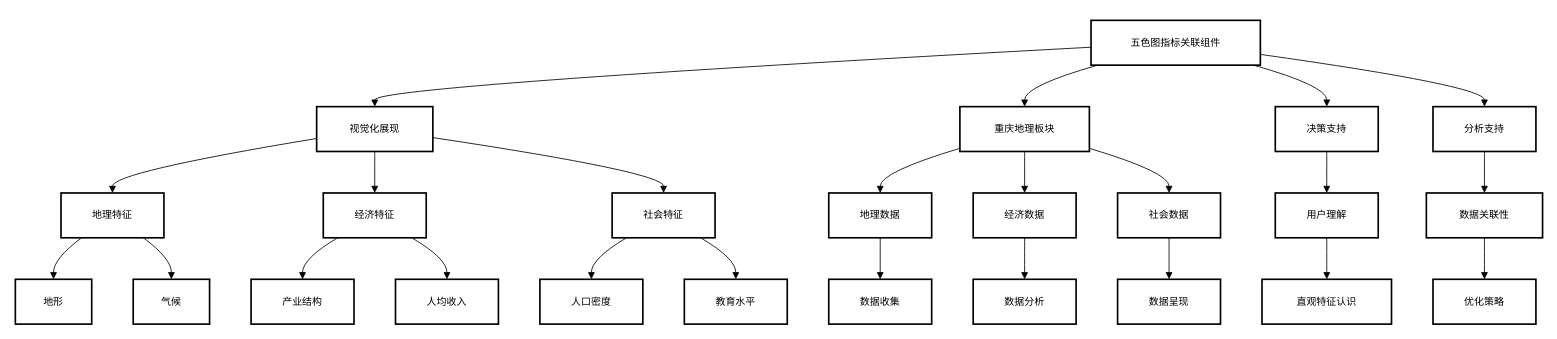
Above: 20250415/五色图.drawio in wangslsl/drawio (draw.io), before the change. Source tidied: cells renumbered, new cells numbered last; positions are measured from the earlier drawing's top-left corner, leaving out a move shared by most shapes. Both pictures are drawn from the tidied source at 83%, with x=0, y=0 at pixel (15, 20).
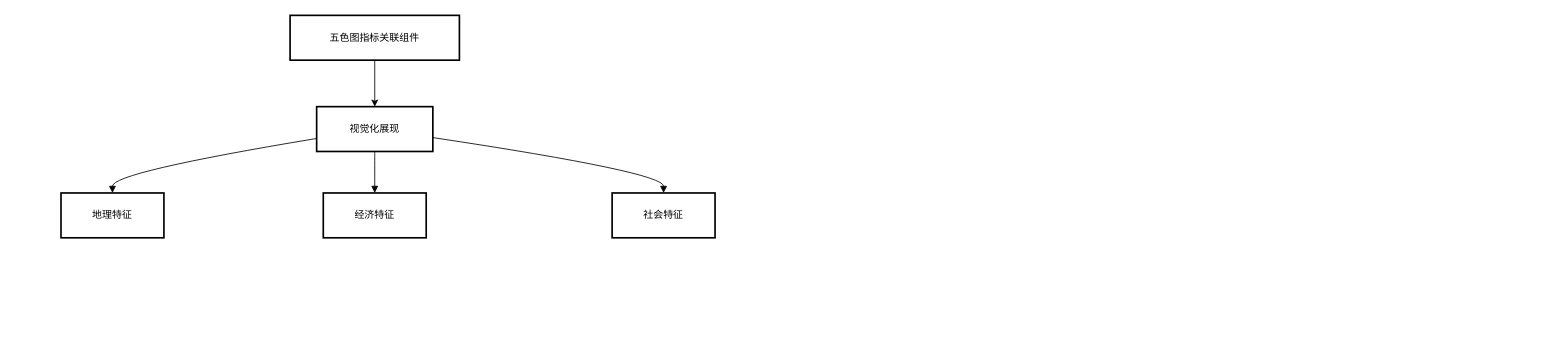
After the change.

Commit message:
更新五色图.drawio

Unchanged cells that the change refers to:
```xml
<mxCell id="3" value="视觉化展现" style="whiteSpace=wrap;strokeWidth=2;" parent="1" vertex="1">
  <mxGeometry x="363" y="104" width="140" height="54" as="geometry" />
</mxCell>
<mxCell id="5" value="地理特征" style="whiteSpace=wrap;strokeWidth=2;" parent="1" vertex="1">
  <mxGeometry x="55" y="208" width="124" height="54" as="geometry" />
</mxCell>
<mxCell id="6" value="经济特征" style="whiteSpace=wrap;strokeWidth=2;" parent="1" vertex="1">
  <mxGeometry x="371" y="208" width="124" height="54" as="geometry" />
</mxCell>
<mxCell id="7" value="社会特征" style="whiteSpace=wrap;strokeWidth=2;" parent="1" vertex="1">
  <mxGeometry x="719" y="208" width="124" height="54" as="geometry" />
</mxCell>
```

What changed in the source:
```diff
@@
+    <mxCell id="26" style="edgeStyle=orthogonalEdgeStyle;rounded=0;jettySize=auto;html=1;" parent="1" edge="1" source="2" target="3">
+      <mxGeometry relative="1" as="geometry" />
+    </mxCell>
     <mxCell id="2" value="五色图指标关联组件" style="whiteSpace=wrap;strokeWidth=2;" parent="1" vertex="1">
-      <mxGeometry x="1296" width="204" height="54" as="geometry" />
+      <mxGeometry x="331" y="-6" width="204" height="54" as="geometry" />
     </mxCell>
@@
-    <mxCell id="4" value="重庆地理板块" style="whiteSpace=wrap;strokeWidth=2;" parent="1" vertex="1">
-      <mxGeometry x="1138" y="104" width="156" height="54" as="geometry" />
-    </mxCell>
@@
-    <mxCell id="8" value="地理数据" style="whiteSpace=wrap;strokeWidth=2;" parent="1" vertex="1">
-      <mxGeometry x="980" y="208" width="124" height="54" as="geometry" />
-    </mxCell>
-    <mxCell id="9" value="经济数据" style="whiteSpace=wrap;strokeWidth=2;" parent="1" vertex="1">
-      <mxGeometry x="1154" y="208" width="124" height="54" as="geometry" />
-    </mxCell>
-    <mxCell id="10" value="社会数据" style="whiteSpace=wrap;strokeWidth=2;" parent="1" vertex="1">
-      <mxGeometry x="1328" y="208" width="124" height="54" as="geometry" />
-    </mxCell>
-    <mxCell id="11" value="地形" style="whiteSpace=wrap;strokeWidth=2;" parent="1" vertex="1">
-      <mxGeometry y="312" width="92" height="54" as="geometry" />
-    </mxCell>
-    <mxCell id="12" value="气候" style="whiteSpace=wrap;strokeWidth=2;" parent="1" vertex="1">
-      <mxGeometry x="142" y="312" width="92" height="54" as="geometry" />
-    </mxCell>
-    <mxCell id="13" value="产业结构" style="whiteSpace=wrap;strokeWidth=2;" parent="1" vertex="1">
-      <mxGeometry x="284" y="312" width="124" height="54" as="geometry" />
-    </mxCell>
-    <mxCell id="14" value="人均收入" style="whiteSpace=wrap;strokeWidth=2;" parent="1" vertex="1">
-      <mxGeometry x="458" y="312" width="124" height="54" as="geometry" />
-    </mxCell>
-    <mxCell id="15" value="人口密度" style="whiteSpace=wrap;strokeWidth=2;" parent="1" vertex="1">
-      <mxGeometry x="632" y="312" width="124" height="54" as="geometry" />
-    </mxCell>
-    <mxCell id="16" value="教育水平" style="whiteSpace=wrap;strokeWidth=2;" parent="1" vertex="1">
-      <mxGeometry x="806" y="312" width="124" height="54" as="geometry" />
-    </mxCell>
-    <mxCell id="17" value="数据收集" style="whiteSpace=wrap;strokeWidth=2;" parent="1" vertex="1">
-      <mxGeometry x="980" y="312" width="124" height="54" as="geometry" />
-    </mxCell>
-    <mxCell id="18" value="数据分析" style="whiteSpace=wrap;strokeWidth=2;" parent="1" vertex="1">
-      <mxGeometry x="1154" y="312" width="124" height="54" as="geometry" />
-    </mxCell>
-    <mxCell id="19" value="数据呈现" style="whiteSpace=wrap;strokeWidth=2;" parent="1" vertex="1">
-      <mxGeometry x="1328" y="312" width="124" height="54" as="geometry" />
-    </mxCell>
-    <mxCell id="20" value="决策支持" style="whiteSpace=wrap;strokeWidth=2;" parent="1" vertex="1">
-      <mxGeometry x="1518" y="104" width="124" height="54" as="geometry" />
-    </mxCell>
-    <mxCell id="21" value="分析支持" style="whiteSpace=wrap;strokeWidth=2;" parent="1" vertex="1">
-      <mxGeometry x="1708" y="104" width="124" height="54" as="geometry" />
-    </mxCell>
-    <mxCell id="22" value="用户理解" style="whiteSpace=wrap;strokeWidth=2;" parent="1" vertex="1">
-      <mxGeometry x="1518" y="208" width="124" height="54" as="geometry" />
-    </mxCell>
-    <mxCell id="23" value="数据关联性" style="whiteSpace=wrap;strokeWidth=2;" parent="1" vertex="1">
-      <mxGeometry x="1700" y="208" width="140" height="54" as="geometry" />
-    </mxCell>
-    <mxCell id="24" value="直观特征认识" style="whiteSpace=wrap;strokeWidth=2;" parent="1" vertex="1">
-      <mxGeometry x="1502" y="312" width="156" height="54" as="geometry" />
-    </mxCell>
-    <mxCell id="25" value="优化策略" style="whiteSpace=wrap;strokeWidth=2;" parent="1" vertex="1">
-      <mxGeometry x="1708" y="312" width="124" height="54" as="geometry" />
-    </mxCell>
-    <mxCell id="26" style="curved=1;startArrow=none;endArrow=block;exitX=0;exitY=0.6;entryX=0.5;entryY=0;" parent="1" edge="1" source="2" target="3">
-      <mxGeometry relative="1" as="geometry">
-        <Array as="points">
-          <mxPoint x="433" y="79" />
-        </Array>
-      </mxGeometry>
-    </mxCell>
-    <mxCell id="27" style="curved=1;startArrow=none;endArrow=block;exitX=0.04;exitY=1;entryX=0.5;entryY=0;" parent="1" edge="1" source="2" target="4">
-      <mxGeometry relative="1" as="geometry">
-        <Array as="points">
-          <mxPoint x="1216" y="79" />
-        </Array>
-      </mxGeometry>
-    </mxCell>
@@
-    <mxCell id="31" style="curved=1;startArrow=none;endArrow=block;exitX=0;exitY=0.93;entryX=0.5;entryY=0;" parent="1" edge="1" source="4" target="8">
-      <mxGeometry relative="1" as="geometry">
-        <Array as="points">
-          <mxPoint x="1042" y="183" />
-        </Array>
-      </mxGeometry>
-    </mxCell>
-    <mxCell id="32" style="curved=1;startArrow=none;endArrow=block;exitX=0.5;exitY=1;entryX=0.5;entryY=0;" parent="1" edge="1" source="4" target="9">
-      <mxGeometry relative="1" as="geometry" />
-    </mxCell>
-    <mxCell id="33" style="curved=1;startArrow=none;endArrow=block;exitX=1;exitY=0.93;entryX=0.5;entryY=0;" parent="1" edge="1" source="4" target="10">
-      <mxGeometry relative="1" as="geometry">
-        <Array as="points">
-          <mxPoint x="1390" y="183" />
-        </Array>
-      </mxGeometry>
-    </mxCell>
-    <mxCell id="34" style="curved=1;startArrow=none;endArrow=block;exitX=0.2;exitY=1;entryX=0.5;entryY=0;" parent="1" edge="1" source="5" target="11">
-      <mxGeometry relative="1" as="geometry">
-        <Array as="points">
-          <mxPoint x="46" y="287" />
-        </Array>
-      </mxGeometry>
-    </mxCell>
-    <mxCell id="35" style="curved=1;startArrow=none;endArrow=block;exitX=0.8;exitY=1;entryX=0.5;entryY=0;" parent="1" edge="1" source="5" target="12">
-      <mxGeometry relative="1" as="geometry">
-        <Array as="points">
-          <mxPoint x="188" y="287" />
-        </Array>
-      </mxGeometry>
-    </mxCell>
-    <mxCell id="36" style="curved=1;startArrow=none;endArrow=block;exitX=0.14;exitY=1;entryX=0.5;entryY=0;" parent="1" edge="1" source="6" target="13">
-      <mxGeometry relative="1" as="geometry">
-        <Array as="points">
-          <mxPoint x="346" y="287" />
-        </Array>
-      </mxGeometry>
-    </mxCell>
-    <mxCell id="37" style="curved=1;startArrow=none;endArrow=block;exitX=0.86;exitY=1;entryX=0.5;entryY=0;" parent="1" edge="1" source="6" target="14">
-      <mxGeometry relative="1" as="geometry">
-        <Array as="points">
-          <mxPoint x="520" y="287" />
-        </Array>
-      </mxGeometry>
-    </mxCell>
-    <mxCell id="38" style="curved=1;startArrow=none;endArrow=block;exitX=0.14;exitY=1;entryX=0.5;entryY=0;" parent="1" edge="1" source="7" target="15">
-      <mxGeometry relative="1" as="geometry">
-        <Array as="points">
-          <mxPoint x="694" y="287" />
-        </Array>
-      </mxGeometry>
-    </mxCell>
-    <mxCell id="39" style="curved=1;startArrow=none;endArrow=block;exitX=0.86;exitY=1;entryX=0.5;entryY=0;" parent="1" edge="1" source="7" target="16">
-      <mxGeometry relative="1" as="geometry">
-        <Array as="points">
-          <mxPoint x="868" y="287" />
-        </Array>
-      </mxGeometry>
-    </mxCell>
-    <mxCell id="40" style="curved=1;startArrow=none;endArrow=block;exitX=0.5;exitY=1;entryX=0.5;entryY=0;" parent="1" edge="1" source="8" target="17">
-      <mxGeometry relative="1" as="geometry" />
-    </mxCell>
-    <mxCell id="41" style="curved=1;startArrow=none;endArrow=block;exitX=0.5;exitY=1;entryX=0.5;entryY=0;" parent="1" edge="1" source="9" target="18">
-      <mxGeometry relative="1" as="geometry" />
-    </mxCell>
-    <mxCell id="42" style="curved=1;startArrow=none;endArrow=block;exitX=0.5;exitY=1;entryX=0.5;entryY=0;" parent="1" edge="1" source="10" target="19">
-      <mxGeometry relative="1" as="geometry" />
-    </mxCell>
-    <mxCell id="43" style="curved=1;startArrow=none;endArrow=block;exitX=0.96;exitY=1;entryX=0.5;entryY=0;" parent="1" edge="1" source="2" target="20">
-      <mxGeometry relative="1" as="geometry">
-        <Array as="points">
-          <mxPoint x="1580" y="79" />
-        </Array>
-      </mxGeometry>
-    </mxCell>
-    <mxCell id="44" style="curved=1;startArrow=none;endArrow=block;exitX=1;exitY=0.76;entryX=0.5;entryY=0;" parent="1" edge="1" source="2" target="21">
-      <mxGeometry relative="1" as="geometry">
-        <Array as="points">
-          <mxPoint x="1770" y="79" />
-        </Array>
-      </mxGeometry>
-    </mxCell>
-    <mxCell id="45" style="curved=1;startArrow=none;endArrow=block;exitX=0.5;exitY=1;entryX=0.5;entryY=0;" parent="1" edge="1" source="20" target="22">
-      <mxGeometry relative="1" as="geometry" />
-    </mxCell>
-    <mxCell id="46" style="curved=1;startArrow=none;endArrow=block;exitX=0.5;exitY=1;entryX=0.5;entryY=0;" parent="1" edge="1" source="21" target="23">
-      <mxGeometry relative="1" as="geometry" />
-    </mxCell>
-    <mxCell id="47" style="curved=1;startArrow=none;endArrow=block;exitX=0.5;exitY=1;entryX=0.5;entryY=0;" parent="1" edge="1" source="22" target="24">
-      <mxGeometry relative="1" as="geometry" />
-    </mxCell>
-    <mxCell id="48" style="curved=1;startArrow=none;endArrow=block;exitX=0.5;exitY=1;entryX=0.5;entryY=0;" parent="1" edge="1" source="23" target="25">
-      <mxGeometry relative="1" as="geometry" />
-    </mxCell>
```
